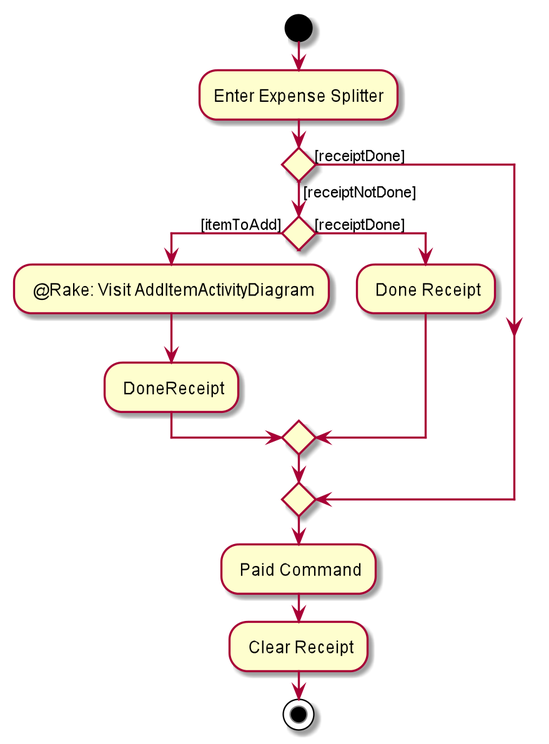
Before: images/ExpenseSplitterActivityDiagramV2.png, a diagram exported from PlantUML (AY1920S2-CS2103T-W13-1/main).
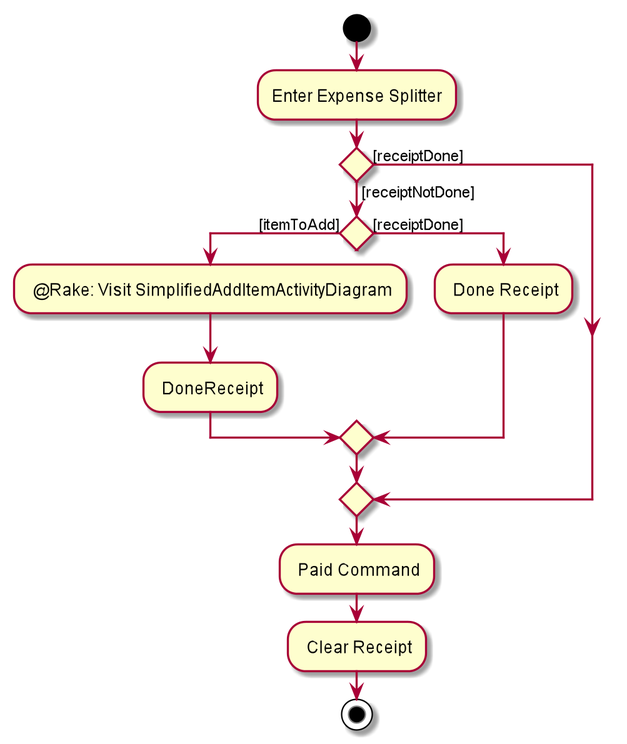
Above is the later version.

The edit, as a diff of the source:
```diff
@@ -6,7 +6,7 @@
 if () then ([receiptNotDone])
 
     if () then ([itemToAdd])
-    : @Rake: Visit AddItemActivityDiagram;
+    : @Rake: Visit SimplifiedAddItemActivityDiagram;
     : DoneReceipt;
 
     else ([receiptDone])
```
